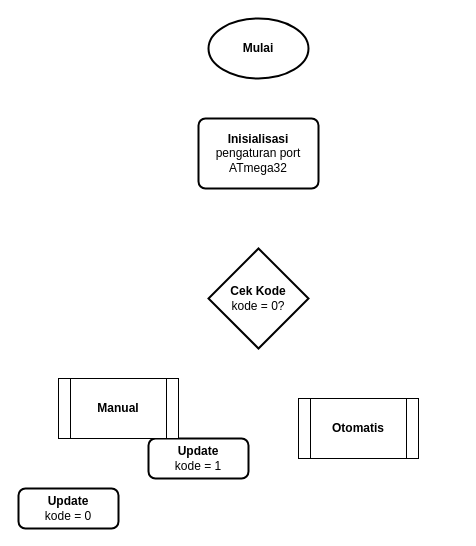
The draw.io diagram Semester 2/Komunikasi Data/Alur Kode.drawio in Hidayadie/Alprog, before the edit. Source tidied: cells renumbered, new cells numbered last; positions are measured from the earlier drawing's top-left corner, leaving out a move shared by most shapes. Both pictures are drawn from the tidied source at 100%, with x=0, y=0 at pixel (18, 18).
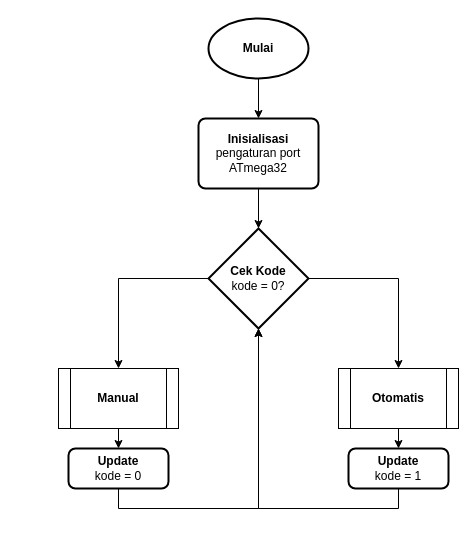
The same page after the edit.

Diff of the diagram source:
```diff
@@
 <mxGraphModel>
   <root>
     <mxCell id="0" />
     <mxCell id="1" parent="0" />
+    <mxCell id="9" style="edgeStyle=orthogonalEdgeStyle;rounded=0;jettySize=auto;html=1;exitX=0.5;exitY=1;exitDx=0;exitDy=0;exitPerimeter=0;entryX=0.5;entryY=0;entryDx=0;entryDy=0;" parent="1" edge="1" source="2" target="3">
+      <mxGeometry relative="1" as="geometry" />
+    </mxCell>
     <mxCell id="2" value="&lt;b&gt;Mulai&lt;/b&gt;" style="strokeWidth=2;html=1;shape=mxgraph.flowchart.start_1;whiteSpace=wrap;" parent="1" vertex="1">
       <mxGeometry x="190" width="100" height="60" as="geometry" />
     </mxCell>
     <mxCell id="3" value="&lt;b&gt;Inisialisasi&lt;br&gt;&lt;/b&gt;pengaturan port ATmega32" style="rounded=1;whiteSpace=wrap;html=1;absoluteArcSize=1;arcSize=14;strokeWidth=2;" parent="1" vertex="1">
       <mxGeometry x="180" y="100" width="120" height="70" as="geometry" />
     </mxCell>
+    <mxCell id="10" style="edgeStyle=orthogonalEdgeStyle;rounded=0;jettySize=auto;html=1;exitX=1;exitY=0.5;exitDx=0;exitDy=0;exitPerimeter=0;entryX=0.5;entryY=0;entryDx=0;entryDy=0;" parent="1" edge="1" source="4" target="5">
+      <mxGeometry relative="1" as="geometry" />
+    </mxCell>
+    <mxCell id="11" style="edgeStyle=orthogonalEdgeStyle;rounded=0;jettySize=auto;html=1;exitX=0;exitY=0.5;exitDx=0;exitDy=0;exitPerimeter=0;entryX=0.5;entryY=0;entryDx=0;entryDy=0;" parent="1" edge="1" source="4" target="7">
+      <mxGeometry relative="1" as="geometry" />
+    </mxCell>
     <mxCell id="4" value="&lt;div&gt;&lt;b&gt;Cek Kode&lt;/b&gt;&lt;/div&gt;&lt;div&gt;kode = 0?&lt;br&gt;&lt;/div&gt;" style="strokeWidth=2;html=1;shape=mxgraph.flowchart.decision;whiteSpace=wrap;" parent="1" vertex="1">
-      <mxGeometry x="190" y="230" width="100" height="100" as="geometry" />
+      <mxGeometry x="190" y="210" width="100" height="100" as="geometry" />
     </mxCell>
+    <mxCell id="12" style="edgeStyle=orthogonalEdgeStyle;rounded=0;jettySize=auto;html=1;exitX=0.5;exitY=1;exitDx=0;exitDy=0;entryX=0.5;entryY=0;entryDx=0;entryDy=0;" parent="1" edge="1" source="5" target="6">
+      <mxGeometry relative="1" as="geometry" />
+    </mxCell>
     <mxCell id="5" value="&lt;b&gt;Otomatis&lt;/b&gt;" style="shape=process;whiteSpace=wrap;html=1;backgroundOutline=1;" parent="1" vertex="1">
-      <mxGeometry x="280" y="380" width="120" height="60" as="geometry" />
+      <mxGeometry x="320" y="350" width="120" height="60" as="geometry" />
     </mxCell>
     <mxCell id="6" value="&lt;div&gt;&lt;b&gt;Update&lt;/b&gt;&lt;/div&gt;&lt;div&gt;kode = 1&lt;br&gt;&lt;/div&gt;" style="rounded=1;whiteSpace=wrap;html=1;absoluteArcSize=1;arcSize=14;strokeWidth=2;" parent="1" vertex="1">
-      <mxGeometry x="130" y="420" width="100" height="40" as="geometry" />
+      <mxGeometry x="330" y="430" width="100" height="40" as="geometry" />
     </mxCell>
+    <mxCell id="13" style="edgeStyle=orthogonalEdgeStyle;rounded=0;jettySize=auto;html=1;exitX=0.5;exitY=1;exitDx=0;exitDy=0;entryX=0.5;entryY=0;entryDx=0;entryDy=0;" parent="1" edge="1" source="7" target="8">
+      <mxGeometry relative="1" as="geometry" />
+    </mxCell>
     <mxCell id="7" value="&lt;b&gt;Manual&lt;/b&gt;" style="shape=process;whiteSpace=wrap;html=1;backgroundOutline=1;" parent="1" vertex="1">
-      <mxGeometry x="40" y="360" width="120" height="60" as="geometry" />
+      <mxGeometry x="40" y="350" width="120" height="60" as="geometry" />
     </mxCell>
     <mxCell id="8" value="&lt;div&gt;&lt;b&gt;Update&lt;/b&gt;&lt;/div&gt;&lt;div&gt;kode = 0&lt;br&gt;&lt;/div&gt;" style="rounded=1;whiteSpace=wrap;html=1;absoluteArcSize=1;arcSize=14;strokeWidth=2;" parent="1" vertex="1">
-      <mxGeometry y="470" width="100" height="40" as="geometry" />
+      <mxGeometry x="50" y="430" width="100" height="40" as="geometry" />
     </mxCell>
+    <mxCell id="14" style="edgeStyle=orthogonalEdgeStyle;rounded=0;jettySize=auto;html=1;exitX=0.5;exitY=1;exitDx=0;exitDy=0;entryX=0.5;entryY=0;entryDx=0;entryDy=0;entryPerimeter=0;" parent="1" edge="1" source="3" target="4">
+      <mxGeometry relative="1" as="geometry" />
+    </mxCell>
+    <mxCell id="15" style="edgeStyle=orthogonalEdgeStyle;rounded=0;jettySize=auto;html=1;exitX=0.5;exitY=1;exitDx=0;exitDy=0;entryX=0.5;entryY=1;entryDx=0;entryDy=0;entryPerimeter=0;" parent="1" edge="1" source="8" target="4">
+      <mxGeometry relative="1" as="geometry" />
+    </mxCell>
+    <mxCell id="16" style="edgeStyle=orthogonalEdgeStyle;rounded=0;jettySize=auto;html=1;exitX=0.5;exitY=1;exitDx=0;exitDy=0;entryX=0.5;entryY=1;entryDx=0;entryDy=0;entryPerimeter=0;" parent="1" edge="1" source="6" target="4">
+      <mxGeometry relative="1" as="geometry" />
+    </mxCell>
   </root>
 </mxGraphModel>
```
